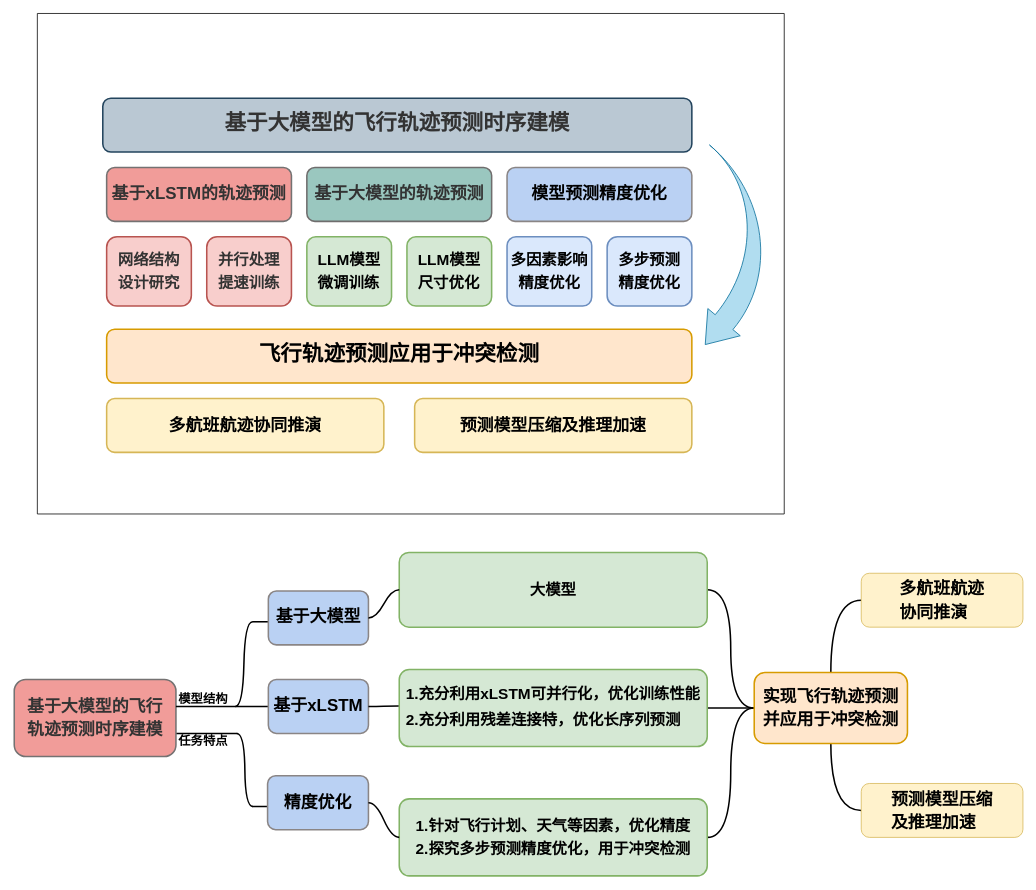
The draw.io diagram 未命名绘图.drawio in MMMayongtian/myDraw, before the edit. Source tidied: cells renumbered, new cells numbered last; positions are measured from the earlier drawing's top-left corner, leaving out a move shared by most shapes. Both pictures are drawn from the tidied source at 77%, with x=0, y=0 at pixel (14, 13).
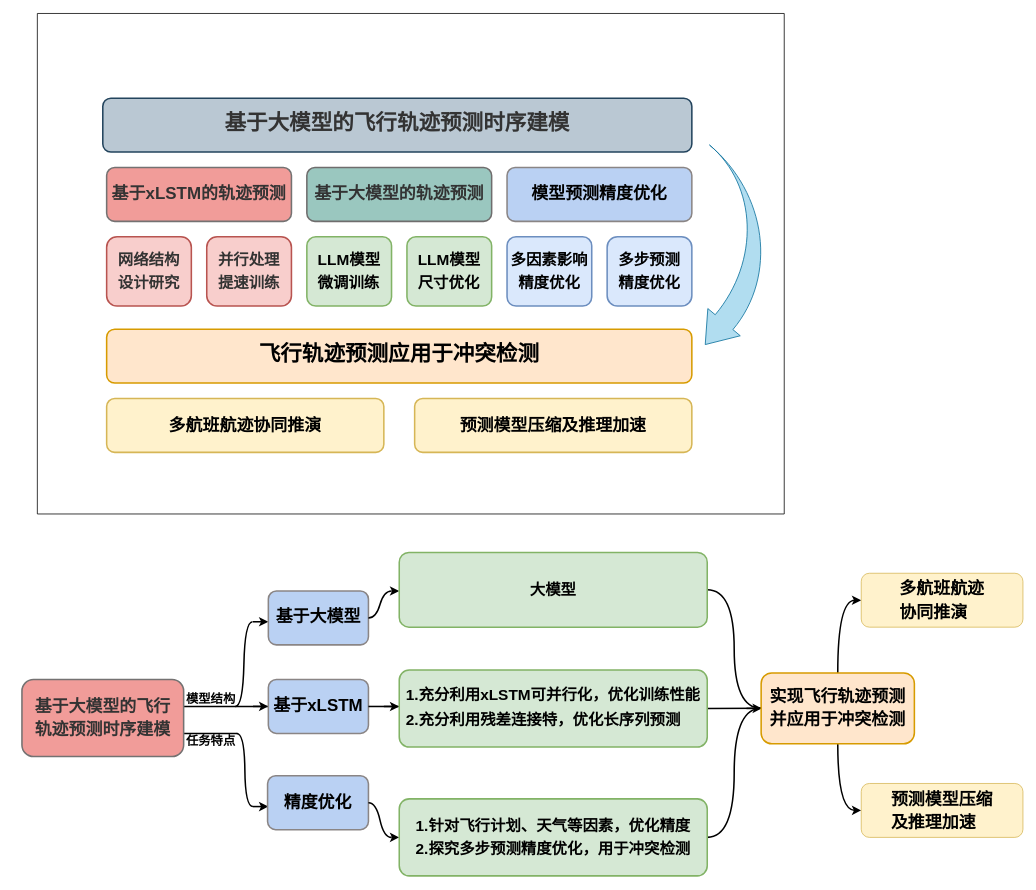
After the change.

Commit message (it also covers changes not shown here):
更新未命名绘图.drawio

Unchanged cells that the change refers to:
```xml
<mxCell id="28" value="&lt;div style=&quot;font-size: medium; text-align: start;&quot;&gt;&lt;/div&gt;&lt;div style=&quot;text-align: start;&quot; class=&quot;document&quot;&gt;&lt;div style=&quot;font-size: 22px;&quot; class=&quot;section&quot;&gt;&lt;p style=&quot;margin: 0pt; text-align: justify; line-height: 22pt;&quot; class=&quot;paragraph text-align-type-justify&quot;&gt;&lt;span style=&quot;letter-spacing: 0pt; font-weight: bold; vertical-align: baseline;&quot;&gt;多航班航迹&lt;/span&gt;&lt;/p&gt;&lt;p style=&quot;margin: 0pt; text-align: justify; line-height: 22pt;&quot; class=&quot;paragraph text-align-type-justify&quot;&gt;&lt;span style=&quot;letter-spacing: 0pt; background-color: initial; font-weight: bold;&quot;&gt;协同推演&lt;/span&gt;&lt;br&gt;&lt;/p&gt;&lt;/div&gt;&lt;/div&gt;" style="rounded=1;whiteSpace=wrap;html=1;fillColor=#fff2cc;strokeColor=#d6b656;" parent="1" vertex="1">
  <mxGeometry x="1100" y="727" width="210" height="70" as="geometry" />
</mxCell>
<mxCell id="32" value="&lt;span style=&quot;font-size: 22px;&quot;&gt;&lt;b style=&quot;&quot;&gt;&lt;font face=&quot;Helvetica&quot;&gt;精度优化&lt;/font&gt;&lt;/b&gt;&lt;/span&gt;" style="rounded=1;whiteSpace=wrap;html=1;fillColor=#bad1f3;strokeColor=#8a8585;strokeWidth=2;" parent="1" vertex="1">
  <mxGeometry x="329" y="990" width="131" height="70" as="geometry" />
</mxCell>
<mxCell id="33" value="&lt;pre&gt;&lt;span style=&quot;font-size: 22px;&quot;&gt;&lt;font style=&quot;&quot; face=&quot;Helvetica&quot;&gt;&lt;b&gt;基于大模型&lt;/b&gt;&lt;/font&gt;&lt;/span&gt;&lt;/pre&gt;" style="rounded=1;whiteSpace=wrap;html=1;fillColor=#bad1f3;strokeColor=#8a8585;strokeWidth=2;" parent="1" vertex="1">
  <mxGeometry x="330" y="750" width="130" height="70" as="geometry" />
</mxCell>
```

What changed in the source:
```diff
@@
-    <mxCell id="2" style="whiteSpace=wrap;html=1;shape=partialRectangle;top=0;left=0;bottom=1;right=0;points=[[0,1],[1,1]];fillColor=none;align=center;verticalAlign=bottom;routingCenterY=0.5;snapToPoint=1;newEdgeStyle={&quot;edgeStyle&quot;:&quot;entityRelationEdgeStyle&quot;,&quot;startArrow&quot;:&quot;none&quot;,&quot;endArrow&quot;:&quot;none&quot;,&quot;segment&quot;:10,&quot;curved&quot;:1,&quot;sourcePerimeterSpacing&quot;:0,&quot;targetPerimeterSpacing&quot;:0};strokeWidth=2;" parent="1" vertex="1">
-      <mxGeometry x="310" y="990" width="60" height="40" as="geometry" />
-    </mxCell>
+    <mxCell id="43" style="endArrow=classic;html=1;rounded=0;fontFamily=Helvetica;fontSize=12;fontColor=default;strokeWidth=2;" parent="1" edge="1">
+      <mxGeometry relative="1" as="geometry">
+        <mxPoint x="951" y="902.5" as="sourcePoint" />
+        <mxPoint x="971" y="902.5" as="targetPoint" />
+      </mxGeometry>
+    </mxCell>
+    <mxCell id="44" style="endArrow=classic;html=1;rounded=0;fontFamily=Helvetica;fontSize=12;fontColor=default;strokeWidth=2;" parent="1" edge="1">
+      <mxGeometry relative="1" as="geometry">
+        <mxPoint x="480" y="900" as="sourcePoint" />
+        <mxPoint x="500" y="900" as="targetPoint" />
+      </mxGeometry>
+    </mxCell>
+    <mxCell id="45" style="endArrow=classic;html=1;rounded=0;fontFamily=Helvetica;fontSize=12;fontColor=default;strokeWidth=2;" parent="1" edge="1">
+      <mxGeometry relative="1" as="geometry">
+        <mxPoint x="310" y="1030" as="sourcePoint" />
+        <mxPoint x="330" y="1030" as="targetPoint" />
+      </mxGeometry>
+    </mxCell>
+    <mxCell id="46" style="endArrow=classic;html=1;rounded=0;fontFamily=Helvetica;fontSize=12;fontColor=default;strokeWidth=2;" parent="1" edge="1">
+      <mxGeometry relative="1" as="geometry">
+        <mxPoint x="310" y="899.9" as="sourcePoint" />
+        <mxPoint x="330" y="899.9" as="targetPoint" />
+      </mxGeometry>
+    </mxCell>
+    <mxCell id="47" style="endArrow=classic;html=1;rounded=0;fontFamily=Helvetica;fontSize=12;fontColor=default;strokeWidth=2;" parent="1" edge="1">
+      <mxGeometry relative="1" as="geometry">
+        <mxPoint x="310" y="790" as="sourcePoint" />
+        <mxPoint x="330" y="790" as="targetPoint" />
+      </mxGeometry>
+    </mxCell>
@@
-    <mxCell id="20" value="&lt;div style=&quot;font-size: medium; text-align: start;&quot;&gt;&lt;/div&gt;&lt;div style=&quot;text-align: start;&quot; class=&quot;document&quot;&gt;&lt;div style=&quot;&quot; class=&quot;section&quot;&gt;&lt;p style=&quot;margin: 0pt; text-align: justify; line-height: 22pt;&quot; class=&quot;paragraph text-align-type-justify&quot;&gt;&lt;font style=&quot;font-size: 20px;&quot; face=&quot;宋体&quot;&gt;&lt;b&gt;1.充分&lt;/b&gt;&lt;/font&gt;&lt;span style=&quot;text-align: start; background-color: initial; font-size: 20px;&quot;&gt;&lt;font face=&quot;宋体&quot;&gt;&lt;b&gt;利用xLSTM可并行化，优化训练性能&lt;/b&gt;&lt;/font&gt;&lt;/span&gt;&lt;/p&gt;&lt;p style=&quot;margin: 0pt; text-align: justify; line-height: 22pt;&quot; class=&quot;paragraph text-align-type-justify&quot;&gt;&lt;font style=&quot;font-size: 20px; background-color: initial;&quot; face=&quot;宋体&quot;&gt;&lt;b&gt;2.充分利用&lt;/b&gt;&lt;/font&gt;&lt;b style=&quot;font-size: 20px; background-color: initial; text-align: start; font-family: 宋体;&quot;&gt;残差连接特，&lt;/b&gt;&lt;b style=&quot;font-size: 20px; background-color: initial; font-family: 宋体;&quot;&gt;优化长序列预测&lt;/b&gt;&lt;br&gt;&lt;/p&gt;&lt;/div&gt;&lt;/div&gt;" style="rounded=1;whiteSpace=wrap;html=1;fillColor=#d5e8d4;strokeColor=#82b366;arcSize=13;strokeWidth=2;" parent="1" vertex="1">
-      <mxGeometry x="500" y="852" width="400" height="100" as="geometry" />
-    </mxCell>
@@
-    <mxCell id="22" value="&lt;div style=&quot;font-size: medium; text-align: start;&quot;&gt;&lt;/div&gt;&lt;div style=&quot;font-size: 20px; text-align: start;&quot; class=&quot;document&quot;&gt;&lt;div class=&quot;section&quot;&gt;&lt;p style=&quot;margin: 0pt; text-align: justify; line-height: 22pt;&quot; class=&quot;paragraph text-align-type-justify&quot;&gt;&lt;font face=&quot;宋体&quot;&gt;&lt;b&gt;大模型&lt;/b&gt;&lt;/font&gt;&lt;/p&gt;&lt;/div&gt;&lt;/div&gt;" style="rounded=1;whiteSpace=wrap;html=1;fillColor=#d5e8d4;strokeColor=#82b366;arcSize=13;strokeWidth=2;" parent="1" vertex="1">
-      <mxGeometry x="500" y="700" width="400" height="97" as="geometry" />
-    </mxCell>
@@
-    <mxCell id="24" value="&lt;div style=&quot;font-size: medium; text-align: start;&quot;&gt;&lt;/div&gt;&lt;div style=&quot;font-size: 20px; text-align: start;&quot; class=&quot;document&quot;&gt;&lt;div class=&quot;section&quot;&gt;&lt;p style=&quot;margin: 0pt; text-align: justify; line-height: 22pt;&quot; class=&quot;paragraph text-align-type-justify&quot;&gt;&lt;font face=&quot;宋体&quot;&gt;&lt;b&gt;1.针对飞行计划、天气等因素，优化精度&lt;/b&gt;&lt;/font&gt;&lt;/p&gt;&lt;p style=&quot;margin: 0pt; text-align: justify; line-height: 22pt;&quot; class=&quot;paragraph text-align-type-justify&quot;&gt;&lt;font face=&quot;宋体&quot;&gt;&lt;b&gt;2.探究多步预测精度优化，用于冲突检测&lt;/b&gt;&lt;/font&gt;&lt;/p&gt;&lt;/div&gt;&lt;/div&gt;" style="rounded=1;whiteSpace=wrap;html=1;fillColor=#d5e8d4;strokeColor=#82b366;arcSize=13;strokeWidth=2;" parent="1" vertex="1">
-      <mxGeometry x="500" y="1020" width="400" height="100" as="geometry" />
-    </mxCell>
-    <mxCell id="25" style="edgeStyle=orthogonalEdgeStyle;rounded=0;jettySize=auto;html=1;exitX=0.5;exitY=0;exitDx=0;exitDy=0;entryX=0;entryY=0.5;entryDx=0;entryDy=0;fontFamily=Helvetica;fontSize=12;fontColor=default;curved=1;endArrow=none;endFill=0;strokeWidth=2;" parent="1" edge="1" source="27" target="28">
+    <mxCell id="25" style="edgeStyle=orthogonalEdgeStyle;rounded=0;jettySize=auto;html=1;exitX=0.5;exitY=0;exitDx=0;exitDy=0;entryX=0;entryY=0.5;entryDx=0;entryDy=0;fontFamily=Helvetica;fontSize=12;fontColor=default;curved=1;endArrow=classic;endFill=1;strokeWidth=2;" parent="1" edge="1" source="27" target="28">
       <mxGeometry relative="1" as="geometry" />
     </mxCell>
-    <mxCell id="26" style="edgeStyle=orthogonalEdgeStyle;rounded=0;jettySize=auto;html=1;exitX=0.5;exitY=1;exitDx=0;exitDy=0;entryX=0;entryY=0.5;entryDx=0;entryDy=0;fontFamily=Helvetica;fontSize=12;fontColor=default;curved=1;strokeWidth=2;endArrow=none;endFill=0;" parent="1" edge="1" source="27" target="42">
+    <mxCell id="26" style="edgeStyle=orthogonalEdgeStyle;rounded=0;jettySize=auto;html=1;exitX=0.5;exitY=1;exitDx=0;exitDy=0;entryX=0;entryY=0.5;entryDx=0;entryDy=0;fontFamily=Helvetica;fontSize=12;fontColor=default;curved=1;strokeWidth=2;endArrow=classic;endFill=1;" parent="1" edge="1" source="27" target="42">
       <mxGeometry relative="1" as="geometry" />
     </mxCell>
     <mxCell id="27" value="&lt;div style=&quot;font-size: medium; text-align: start;&quot;&gt;&lt;/div&gt;&lt;div style=&quot;text-align: start; font-size: 22px;&quot; class=&quot;document&quot;&gt;&lt;div style=&quot;&quot; class=&quot;section&quot;&gt;&lt;p style=&quot;margin: 0pt; text-align: justify; line-height: 22pt;&quot; class=&quot;paragraph text-align-type-justify&quot;&gt;&lt;span style=&quot;font-weight: bold; letter-spacing: 0pt; vertical-align: baseline;&quot;&gt;&lt;font face=&quot;Helvetica&quot; style=&quot;font-size: 22px;&quot;&gt;实现飞行轨迹预测&lt;/font&gt;&lt;/span&gt;&lt;/p&gt;&lt;p style=&quot;margin: 0pt; text-align: justify; line-height: 22pt;&quot; class=&quot;paragraph text-align-type-justify&quot;&gt;&lt;span style=&quot;font-weight: bold; letter-spacing: 0pt; vertical-align: baseline;&quot;&gt;&lt;font face=&quot;BEztwHdYN5v9dBbuW6-Z&quot; style=&quot;font-size: 22px;&quot;&gt;并应用于冲突检测&lt;/font&gt;&lt;/span&gt;&lt;/p&gt;&lt;/div&gt;&lt;/div&gt;" style="rounded=1;whiteSpace=wrap;html=1;fillColor=#ffe6cc;strokeColor=#d79b00;strokeWidth=2;" parent="1" vertex="1">
-      <mxGeometry x="961" y="856" width="199" height="92" as="geometry" />
+      <mxGeometry x="970" y="856.4" width="199" height="92" as="geometry" />
     </mxCell>
@@
-    <mxCell id="29" style="whiteSpace=wrap;html=1;shape=partialRectangle;top=0;left=0;bottom=1;right=0;fillColor=none;align=center;verticalAlign=bottom;routingCenterY=0.5;newEdgeStyle={&quot;edgeStyle&quot;:&quot;entityRelationEdgeStyle&quot;,&quot;startArrow&quot;:&quot;none&quot;,&quot;endArrow&quot;:&quot;none&quot;,&quot;segment&quot;:10,&quot;curved&quot;:1,&quot;sourcePerimeterSpacing&quot;:0,&quot;targetPerimeterSpacing&quot;:0};strokeWidth=2;" parent="1" vertex="1">
-      <mxGeometry x="310" y="750" width="20" height="40" as="geometry" />
-    </mxCell>
@@
-    <mxCell id="31" value="&lt;div style=&quot;font-size: medium; text-align: start;&quot;&gt;&lt;/div&gt;&lt;div style=&quot;text-align: start; font-size: 22px;&quot; class=&quot;document&quot;&gt;&lt;div style=&quot;&quot; class=&quot;section&quot;&gt;&lt;p style=&quot;margin: 0pt; text-align: justify; line-height: 22pt;&quot; class=&quot;paragraph text-align-type-justify&quot;&gt;&lt;font face=&quot;Helvetica&quot;&gt;&lt;span style=&quot;color: rgb(51, 51, 51); font-weight: 700;&quot;&gt;&lt;font style=&quot;font-size: 22px;&quot;&gt;基于大模型的&lt;/font&gt;&lt;/span&gt;&lt;span style=&quot;color: rgb(51, 51, 51); font-weight: 700; background-color: initial;&quot;&gt;飞行&lt;/span&gt;&lt;/font&gt;&lt;/p&gt;&lt;p style=&quot;margin: 0pt; text-align: justify; line-height: 22pt;&quot; class=&quot;paragraph text-align-type-justify&quot;&gt;&lt;span style=&quot;color: rgb(51, 51, 51); font-weight: 700; background-color: initial;&quot;&gt;&lt;font face=&quot;OUHlN6CclqC0Xhy8z6zJ&quot;&gt;轨迹预测时序建模&lt;/font&gt;&lt;/span&gt;&lt;/p&gt;&lt;/div&gt;&lt;/div&gt;" style="rounded=1;whiteSpace=wrap;html=1;fillColor=#f19c99;strokeColor=#747272;strokeWidth=2;" parent="1" vertex="1">
-      <mxGeometry y="865" width="210" height="100" as="geometry" />
-    </mxCell>
@@
-    <mxCell id="35" style="edgeStyle=entityRelationEdgeStyle;startArrow=none;endArrow=none;segment=10;curved=1;sourcePerimeterSpacing=0;targetPerimeterSpacing=0;rounded=0;strokeWidth=2;entryX=0;entryY=1;entryDx=0;entryDy=0;" parent="1" edge="1" target="2">
+    <mxCell id="35" style="edgeStyle=entityRelationEdgeStyle;startArrow=none;endArrow=none;segment=10;curved=1;sourcePerimeterSpacing=0;targetPerimeterSpacing=0;rounded=0;strokeWidth=2;entryX=0;entryY=1;entryDx=0;entryDy=0;" parent="1" edge="1">
       <mxGeometry relative="1" as="geometry">
         <mxPoint x="289" y="935" as="sourcePoint" />
+        <mxPoint x="310" y="1030" as="targetPoint" />
         <Array as="points">
           <mxPoint x="299" y="945" />
           <mxPoint x="249" y="925" />
           <mxPoint x="259" y="1045" />
           <mxPoint x="259" y="1015" />
         </Array>
       </mxGeometry>
     </mxCell>
@@
     <mxCell id="37" value="&lt;b&gt;&lt;font style=&quot;font-size: 16px;&quot;&gt;模型结构&lt;/font&gt;&lt;/b&gt;" style="text;html=1;align=center;verticalAlign=middle;strokeColor=none;fillColor=none;" parent="1" vertex="1">
-      <mxGeometry x="200" y="875" width="90" height="30" as="geometry" />
+      <mxGeometry x="210" y="875" width="90" height="30" as="geometry" />
     </mxCell>
     <mxCell id="38" value="&lt;b&gt;&lt;font style=&quot;font-size: 16px;&quot;&gt;任务特点&lt;/font&gt;&lt;/b&gt;" style="text;html=1;align=center;verticalAlign=middle;strokeColor=none;fillColor=none;" parent="1" vertex="1">
-      <mxGeometry x="200" y="930" width="90" height="30" as="geometry" />
+      <mxGeometry x="210" y="930" width="90" height="30" as="geometry" />
     </mxCell>
-    <mxCell id="39" style="edgeStyle=entityRelationEdgeStyle;startArrow=none;endArrow=none;segment=10;curved=1;sourcePerimeterSpacing=0;targetPerimeterSpacing=0;rounded=0;fontFamily=Helvetica;fontSize=12;fontColor=default;entryX=0;entryY=0.5;entryDx=0;entryDy=0;exitX=1;exitY=0.5;exitDx=0;exitDy=0;strokeWidth=2;" parent="1" edge="1" source="33" target="22">
-      <mxGeometry relative="1" as="geometry" />
+    <mxCell id="39" style="edgeStyle=entityRelationEdgeStyle;startArrow=none;endArrow=none;segment=10;curved=1;sourcePerimeterSpacing=0;targetPerimeterSpacing=0;rounded=0;fontFamily=Helvetica;fontSize=12;fontColor=default;exitX=1;exitY=0.5;exitDx=0;exitDy=0;strokeWidth=2;" parent="1" edge="1" source="33">
+      <mxGeometry relative="1" as="geometry">
+        <mxPoint x="490" y="750" as="targetPoint" />
+      </mxGeometry>
     </mxCell>
@@
-    <mxCell id="41" style="edgeStyle=entityRelationEdgeStyle;startArrow=none;endArrow=none;segment=10;curved=1;sourcePerimeterSpacing=0;targetPerimeterSpacing=0;rounded=0;fontFamily=Helvetica;fontSize=12;fontColor=default;entryX=0;entryY=0.5;entryDx=0;entryDy=0;exitX=1;exitY=0.5;exitDx=0;exitDy=0;strokeWidth=2;" parent="1" edge="1" source="32" target="24">
-      <mxGeometry relative="1" as="geometry" />
+    <mxCell id="41" style="edgeStyle=entityRelationEdgeStyle;startArrow=none;endArrow=none;segment=10;curved=1;sourcePerimeterSpacing=0;targetPerimeterSpacing=0;rounded=0;fontFamily=Helvetica;fontSize=12;fontColor=default;exitX=1;exitY=0.5;exitDx=0;exitDy=0;strokeWidth=2;" parent="1" edge="1" source="32">
+      <mxGeometry relative="1" as="geometry">
+        <mxPoint x="490" y="1070" as="targetPoint" />
+      </mxGeometry>
     </mxCell>
-    <mxCell id="42" value="&lt;div style=&quot;font-size: medium; text-align: start;&quot;&gt;&lt;/div&gt;&lt;div style=&quot;text-align: start;&quot; class=&quot;document&quot;&gt;&lt;div style=&quot;font-size: 22px;&quot; class=&quot;section&quot;&gt;&lt;p style=&quot;margin: 0pt; text-align: justify; line-height: 22pt;&quot; class=&quot;paragraph text-align-type-justify&quot;&gt;&lt;font style=&quot;font-size: 22px;&quot; face=&quot;宋体&quot;&gt;&lt;span style=&quot;&quot;&gt;&lt;b&gt;预测模型压缩&lt;/b&gt;&lt;/span&gt;&lt;/font&gt;&lt;/p&gt;&lt;p style=&quot;margin: 0pt; text-align: justify; line-height: 22pt;&quot; class=&quot;paragraph text-align-type-justify&quot;&gt;&lt;b style=&quot;font-family: 宋体; background-color: initial;&quot;&gt;及推理加速&lt;/b&gt;&lt;/p&gt;&lt;/div&gt;&lt;/div&gt;" style="rounded=1;whiteSpace=wrap;html=1;fillColor=#fff2cc;strokeColor=#d6b656;" parent="1" vertex="1">
+    <mxCell id="42" value="&lt;div style=&quot;font-size: medium; text-align: start;&quot;&gt;&lt;/div&gt;&lt;div style=&quot;text-align: start;&quot; class=&quot;document&quot;&gt;&lt;div style=&quot;font-size: 22px;&quot; class=&quot;section&quot;&gt;&lt;p style=&quot;margin: 0pt; text-align: justify; line-height: 22pt;&quot; class=&quot;paragraph text-align-type-justify&quot;&gt;&lt;font face=&quot;Helvetica&quot; style=&quot;font-size: 22px;&quot;&gt;&lt;b style=&quot;&quot;&gt;预测模型压缩&lt;/b&gt;&lt;/font&gt;&lt;/p&gt;&lt;p style=&quot;margin: 0pt; text-align: justify; line-height: 22pt;&quot; class=&quot;paragraph text-align-type-justify&quot;&gt;&lt;b style=&quot;background-color: initial;&quot;&gt;&lt;font face=&quot;l4p3Bl24vgnRbo7Diaym&quot;&gt;及推理加速&lt;/font&gt;&lt;/b&gt;&lt;/p&gt;&lt;/div&gt;&lt;/div&gt;" style="rounded=1;whiteSpace=wrap;html=1;fillColor=#fff2cc;strokeColor=#d6b656;" parent="1" vertex="1">
       <mxGeometry x="1100" y="1000" width="210" height="70" as="geometry" />
     </mxCell>
+    <mxCell id="20" value="&lt;div style=&quot;font-size: medium; text-align: start;&quot;&gt;&lt;/div&gt;&lt;div style=&quot;text-align: start;&quot; class=&quot;document&quot;&gt;&lt;div style=&quot;&quot; class=&quot;section&quot;&gt;&lt;p style=&quot;margin: 0pt; text-align: justify; line-height: 22pt;&quot; class=&quot;paragraph text-align-type-justify&quot;&gt;&lt;font style=&quot;font-size: 20px;&quot;&gt;&lt;b style=&quot;&quot;&gt;1.充分&lt;/b&gt;&lt;/font&gt;&lt;span style=&quot;text-align: start; background-color: initial; font-size: 20px;&quot;&gt;&lt;b&gt;利用xLSTM可并行化，优化训练性能&lt;/b&gt;&lt;/span&gt;&lt;/p&gt;&lt;p style=&quot;margin: 0pt; text-align: justify; line-height: 22pt;&quot; class=&quot;paragraph text-align-type-justify&quot;&gt;&lt;font style=&quot;font-size: 20px; background-color: initial;&quot;&gt;&lt;b&gt;2.充分利用&lt;/b&gt;&lt;/font&gt;&lt;b style=&quot;font-size: 20px; background-color: initial; text-align: start;&quot;&gt;残差连接特，&lt;/b&gt;&lt;b style=&quot;font-size: 20px; background-color: initial;&quot;&gt;优化长序列预测&lt;/b&gt;&lt;br&gt;&lt;/p&gt;&lt;/div&gt;&lt;/div&gt;" style="rounded=1;whiteSpace=wrap;html=1;fillColor=#d5e8d4;strokeColor=#82b366;arcSize=13;strokeWidth=2;" parent="1" vertex="1">
+      <mxGeometry x="500" y="852.7" width="400" height="100" as="geometry" />
+    </mxCell>
+    <mxCell id="48" style="endArrow=classic;html=1;rounded=0;fontFamily=Helvetica;fontSize=12;fontColor=default;strokeWidth=2;" parent="1" edge="1">
+      <mxGeometry relative="1" as="geometry">
+        <mxPoint x="490" y="750" as="sourcePoint" />
+        <mxPoint x="500" y="750" as="targetPoint" />
+      </mxGeometry>
+    </mxCell>
+    <mxCell id="22" value="&lt;div style=&quot;font-size: medium; text-align: start;&quot;&gt;&lt;/div&gt;&lt;div style=&quot;font-size: 20px; text-align: start;&quot; class=&quot;document&quot;&gt;&lt;div class=&quot;section&quot;&gt;&lt;p style=&quot;margin: 0pt; text-align: justify; line-height: 22pt;&quot; class=&quot;paragraph text-align-type-justify&quot;&gt;&lt;b style=&quot;&quot;&gt;&lt;font face=&quot;Helvetica&quot;&gt;大模型&lt;/font&gt;&lt;/b&gt;&lt;/p&gt;&lt;/div&gt;&lt;/div&gt;" style="rounded=1;whiteSpace=wrap;html=1;fillColor=#d5e8d4;strokeColor=#82b366;arcSize=13;strokeWidth=2;" parent="1" vertex="1">
+      <mxGeometry x="500" y="700" width="400" height="97" as="geometry" />
+    </mxCell>
+    <mxCell id="49" style="endArrow=classic;html=1;rounded=0;fontFamily=Helvetica;fontSize=12;fontColor=default;strokeWidth=2;" parent="1" edge="1">
+      <mxGeometry relative="1" as="geometry">
+        <mxPoint x="490" y="1070" as="sourcePoint" />
+        <mxPoint x="500" y="1070" as="targetPoint" />
+      </mxGeometry>
+    </mxCell>
+    <mxCell id="24" value="&lt;div style=&quot;font-size: medium; text-align: start;&quot;&gt;&lt;/div&gt;&lt;div style=&quot;font-size: 20px; text-align: start;&quot; class=&quot;document&quot;&gt;&lt;div class=&quot;section&quot;&gt;&lt;p style=&quot;margin: 0pt; text-align: justify; line-height: 22pt;&quot; class=&quot;paragraph text-align-type-justify&quot;&gt;&lt;b style=&quot;&quot;&gt;&lt;font face=&quot;Helvetica&quot;&gt;1.针对飞行计划、天气等因素，优化精度&lt;/font&gt;&lt;/b&gt;&lt;/p&gt;&lt;p style=&quot;margin: 0pt; text-align: justify; line-height: 22pt;&quot; class=&quot;paragraph text-align-type-justify&quot;&gt;&lt;b style=&quot;&quot;&gt;&lt;font face=&quot;xU8WVFrdEq47StwG8pqF&quot;&gt;2.探究多步预测精度优化，用于冲突检测&lt;/font&gt;&lt;/b&gt;&lt;/p&gt;&lt;/div&gt;&lt;/div&gt;" style="rounded=1;whiteSpace=wrap;html=1;fillColor=#d5e8d4;strokeColor=#82b366;arcSize=13;strokeWidth=2;" parent="1" vertex="1">
+      <mxGeometry x="500" y="1020" width="400" height="100" as="geometry" />
+    </mxCell>
+    <mxCell id="31" value="&lt;div style=&quot;font-size: medium; text-align: start;&quot;&gt;&lt;/div&gt;&lt;div style=&quot;text-align: start; font-size: 22px;&quot; class=&quot;document&quot;&gt;&lt;div style=&quot;&quot; class=&quot;section&quot;&gt;&lt;p style=&quot;margin: 0pt; text-align: justify; line-height: 22pt;&quot; class=&quot;paragraph text-align-type-justify&quot;&gt;&lt;font face=&quot;Helvetica&quot;&gt;&lt;span style=&quot;color: rgb(51, 51, 51); font-weight: 700;&quot;&gt;&lt;font style=&quot;font-size: 22px;&quot;&gt;基于大模型的&lt;/font&gt;&lt;/span&gt;&lt;span style=&quot;color: rgb(51, 51, 51); font-weight: 700; background-color: initial;&quot;&gt;飞行&lt;/span&gt;&lt;/font&gt;&lt;/p&gt;&lt;p style=&quot;margin: 0pt; text-align: justify; line-height: 22pt;&quot; class=&quot;paragraph text-align-type-justify&quot;&gt;&lt;span style=&quot;color: rgb(51, 51, 51); font-weight: 700; background-color: initial;&quot;&gt;&lt;font face=&quot;OUHlN6CclqC0Xhy8z6zJ&quot;&gt;轨迹预测时序建模&lt;/font&gt;&lt;/span&gt;&lt;/p&gt;&lt;/div&gt;&lt;/div&gt;" style="rounded=1;whiteSpace=wrap;html=1;fillColor=#f19c99;strokeColor=#747272;strokeWidth=2;" parent="1" vertex="1">
+      <mxGeometry x="10" y="865" width="210" height="100" as="geometry" />
+    </mxCell>
```
